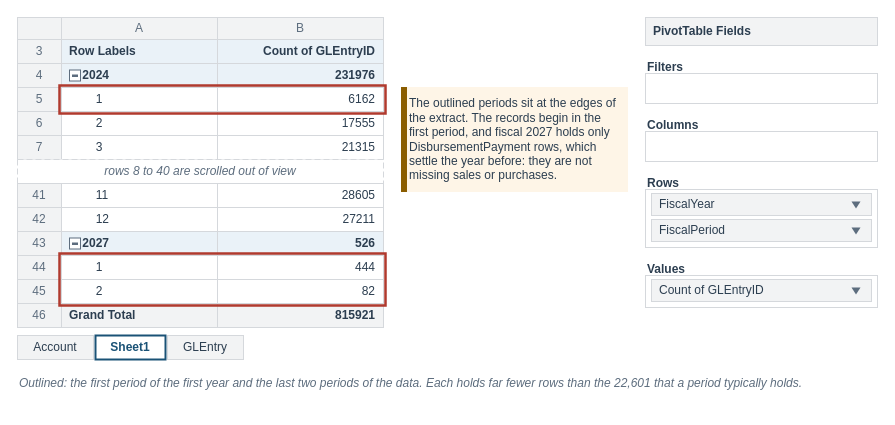
mmcodesso/Accounting_Analytics_Book keeps this draw.io diagram as facts/instructor/figures/chapter-02-understanding-data/IF-02-2-A.drawio. Above is the earlier version. Source tidied: cells renumbered, new cells numbered last; positions are measured from the earlier drawing's top-left corner, leaving out a move shared by most shapes. Both pictures are drawn from the tidied source at 100%, with x=0, y=0 at pixel (17, 17).
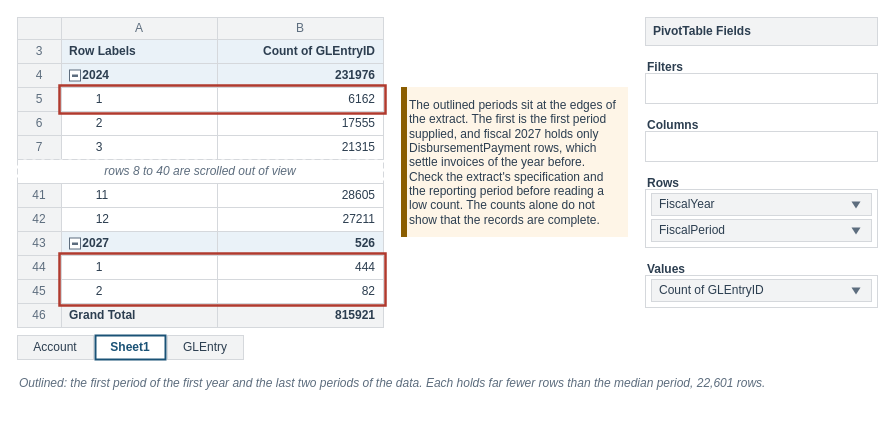
The same diagram, later.

Change to the diagram source:
```diff
@@
-    <mxCell id="62" value="The outlined periods sit at the edges of the extract. The records begin in the first period, and fiscal 2027 holds only DisbursementPayment rows, which settle the year before: they are not missing sales or purchases." style="rounded=0;arcSize=6;whiteSpace=wrap;html=1;fillColor=#FEF5E7;strokeColor=#FEF5E7;strokeWidth=1;fontColor=#2C3E50;fontSize=12;fontStyle=0;align=left;verticalAlign=middle;fontFamily=Helvetica;spacingLeft=6;spacingRight=6;" parent="1" vertex="1">
-      <mxGeometry x="384" y="70" width="226" height="104" as="geometry" />
+    <mxCell id="62" value="The outlined periods sit at the edges of the extract. The first is the first period supplied, and fiscal 2027 holds only DisbursementPayment rows, which settle invoices of the year before. Check the extract's specification and the reporting period before reading a low count. The counts alone do not show that the records are complete." style="rounded=0;arcSize=6;whiteSpace=wrap;html=1;fillColor=#FEF5E7;strokeColor=#FEF5E7;strokeWidth=1;fontColor=#2C3E50;fontSize=12;fontStyle=0;align=left;verticalAlign=middle;fontFamily=Helvetica;spacingLeft=6;spacingRight=6;" parent="1" vertex="1">
+      <mxGeometry x="384" y="70" width="226" height="149" as="geometry" />
     </mxCell>
     <mxCell id="63" style="rounded=0;arcSize=6;whiteSpace=wrap;html=1;fillColor=#8A5D00;strokeColor=#8A5D00;strokeWidth=1;fontColor=#2C3E50;fontSize=13;fontStyle=0;align=center;verticalAlign=middle;fontFamily=Helvetica;spacingLeft=6;spacingRight=6;" parent="1" vertex="1">
-      <mxGeometry x="384" y="70" width="5" height="104" as="geometry" />
+      <mxGeometry x="384" y="70" width="5" height="149" as="geometry" />
     </mxCell>
-    <mxCell id="64" value="&lt;i&gt;Outlined: the first period of the first year and the last two periods of the data. Each holds far fewer rows than the 22,601 that a period typically holds.&lt;/i&gt;" style="text;html=1;whiteSpace=wrap;align=left;verticalAlign=top;fontSize=12;fontColor=#5D6D7E;fontStyle=0;fontFamily=Helvetica;spacing=2;fillColor=none;strokeColor=none;" parent="1" vertex="1">
+    <mxCell id="64" value="&lt;i&gt;Outlined: the first period of the first year and the last two periods of the data. Each holds far fewer rows than the median period, 22,601 rows.&lt;/i&gt;" style="text;html=1;whiteSpace=wrap;align=left;verticalAlign=top;fontSize=12;fontColor=#5D6D7E;fontStyle=0;fontFamily=Helvetica;spacing=2;fillColor=none;strokeColor=none;" parent="1" vertex="1">
       <mxGeometry y="352" width="860" height="36" as="geometry" />
     </mxCell>
```
